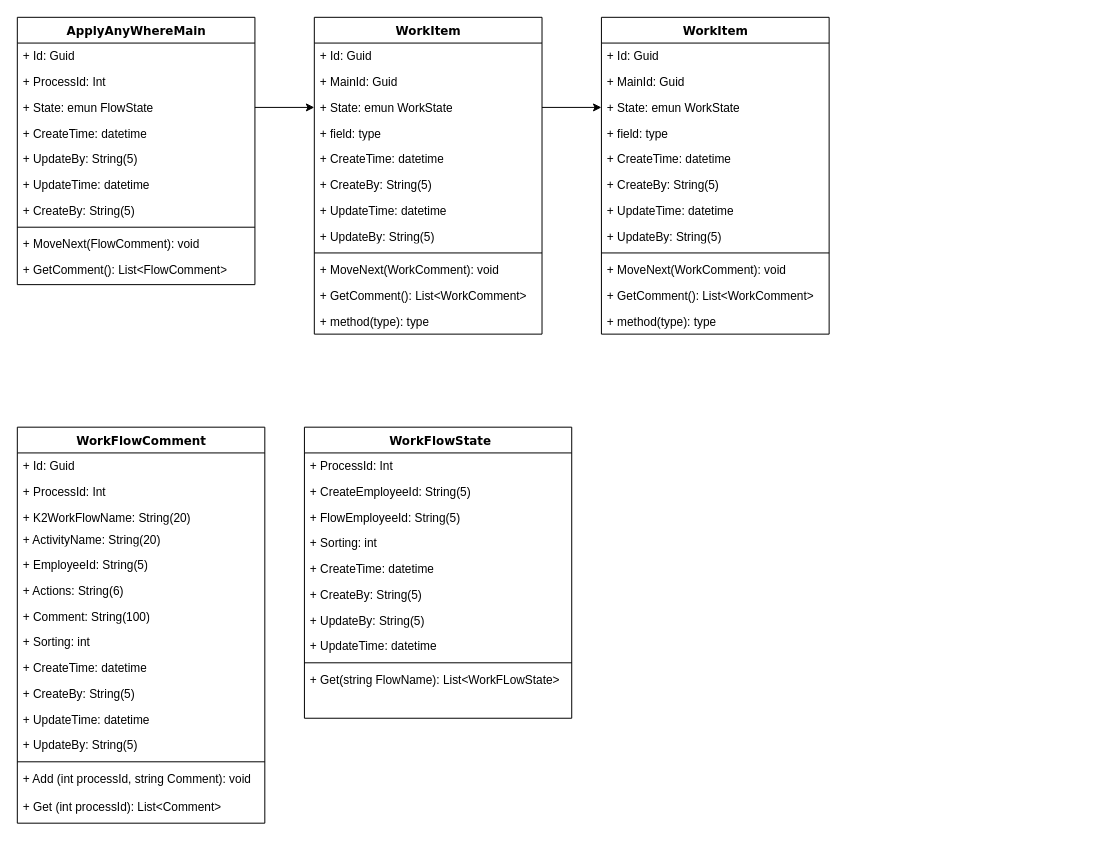
chadyeh-yc/ApplyAnywhere keeps this draw.io diagram as ApplyAnywhereUml.drawio. Above is the earlier version. Source tidied: cells renumbered, new cells numbered last; positions are measured from the earlier drawing's top-left corner, leaving out a move shared by most shapes. Both pictures are drawn from the tidied source at 99%, with x=0, y=0 at pixel (17, 17).
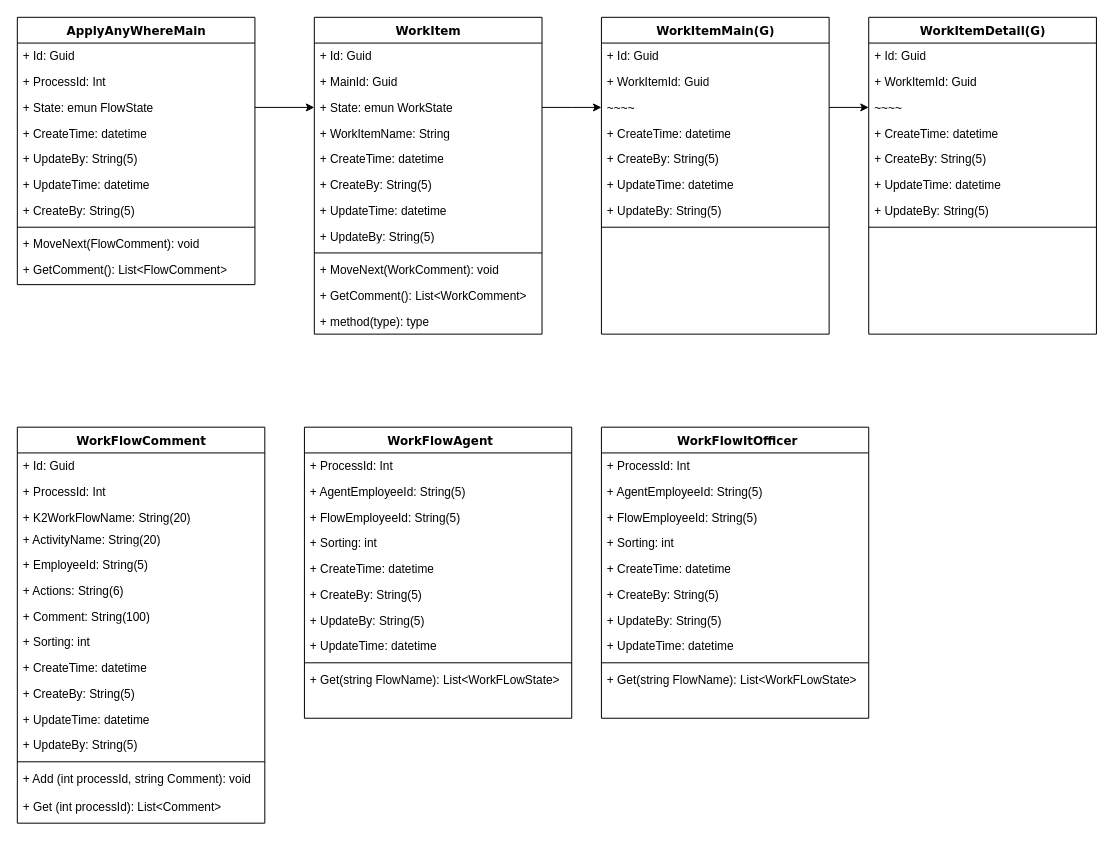
The same diagram, later.

Unchanged cells that the change refers to:
```xml
<mxCell id="43" value="+ State:&amp;nbsp;emun WorkState" style="text;html=1;strokeColor=none;fillColor=none;align=left;verticalAlign=top;spacingLeft=4;spacingRight=4;whiteSpace=wrap;overflow=hidden;points=[[0,0.5],[1,0.5]];portConstraint=eastwest;" parent="40" vertex="1">
  <mxGeometry y="78" width="230" height="26" as="geometry" />
</mxCell>
```

Change to the diagram source:
```diff
@@
-    <mxCell id="18" value="&amp;nbsp;WorkFlowState" style="swimlane;html=1;fontStyle=1;align=center;verticalAlign=top;horizontal=1;startSize=26;swimlaneFillColor=#ffffff;rounded=0;shadow=0;comic=0;labelBackgroundColor=none;strokeWidth=1;fillColor=none;fontFamily=Verdana;fontSize=12;" parent="1" vertex="1">
+    <mxCell id="18" value="&amp;nbsp;WorkFlowAgent" style="swimlane;html=1;fontStyle=1;align=center;verticalAlign=top;horizontal=1;startSize=26;swimlaneFillColor=#ffffff;rounded=0;shadow=0;comic=0;labelBackgroundColor=none;strokeWidth=1;fillColor=none;fontFamily=Verdana;fontSize=12;" parent="1" vertex="1">
       <mxGeometry x="290" y="414" width="270" height="294" as="geometry" />
     </mxCell>
@@
-    <mxCell id="20" value="+ CreateEmployeeId: String(5)" style="text;html=1;strokeColor=none;fillColor=none;align=left;verticalAlign=top;spacingLeft=4;spacingRight=4;whiteSpace=wrap;overflow=hidden;" parent="18" vertex="1">
+    <mxCell id="20" value="+ AgentEmployeeId: String(5)" style="text;html=1;strokeColor=none;fillColor=none;align=left;verticalAlign=top;spacingLeft=4;spacingRight=4;whiteSpace=wrap;overflow=hidden;" parent="18" vertex="1">
       <mxGeometry y="52" width="270" height="26" as="geometry" />
     </mxCell>
@@
-    <mxCell id="40" value="WorkItem" style="swimlane;html=1;fontStyle=1;align=center;verticalAlign=top;horizontal=1;startSize=26;swimlaneFillColor=#ffffff;rounded=0;shadow=0;comic=0;labelBackgroundColor=none;strokeWidth=1;fillColor=none;fontFamily=Verdana;fontSize=12;" parent="1" vertex="1">
+    <mxCell id="40" value="WorkItem&lt;br&gt;" style="swimlane;html=1;fontStyle=1;align=center;verticalAlign=top;horizontal=1;startSize=26;swimlaneFillColor=#ffffff;rounded=0;shadow=0;comic=0;labelBackgroundColor=none;strokeWidth=1;fillColor=none;fontFamily=Verdana;fontSize=12;" parent="1" vertex="1">
       <mxGeometry x="300" width="230" height="320" as="geometry" />
     </mxCell>
@@
-    <mxCell id="44" value="+ field: type" style="text;html=1;strokeColor=none;fillColor=none;align=left;verticalAlign=top;spacingLeft=4;spacingRight=4;whiteSpace=wrap;overflow=hidden;" parent="40" vertex="1">
+    <mxCell id="44" value="+ WorkItemName: String" style="text;html=1;strokeColor=none;fillColor=none;align=left;verticalAlign=top;spacingLeft=4;spacingRight=4;whiteSpace=wrap;overflow=hidden;" parent="40" vertex="1">
       <mxGeometry y="104" width="230" height="26" as="geometry" />
     </mxCell>
@@
-    <mxCell id="53" value="WorkItem" style="swimlane;html=1;fontStyle=1;align=center;verticalAlign=top;horizontal=1;startSize=26;swimlaneFillColor=#ffffff;rounded=0;shadow=0;comic=0;labelBackgroundColor=none;strokeWidth=1;fillColor=none;fontFamily=Verdana;fontSize=12;" parent="1" vertex="1">
+    <mxCell id="53" value="WorkItemMain(G)" style="swimlane;html=1;fontStyle=1;align=center;verticalAlign=top;horizontal=1;startSize=26;swimlaneFillColor=#ffffff;rounded=0;shadow=0;comic=0;labelBackgroundColor=none;strokeWidth=1;fillColor=none;fontFamily=Verdana;fontSize=12;" parent="1" vertex="1">
       <mxGeometry x="590" width="230" height="320" as="geometry" />
     </mxCell>
@@
-    <mxCell id="55" value="+ MainId: Guid" style="text;html=1;strokeColor=none;fillColor=none;align=left;verticalAlign=top;spacingLeft=4;spacingRight=4;whiteSpace=wrap;overflow=hidden;" parent="53" vertex="1">
+    <mxCell id="55" value="+ WorkItemId: Guid&lt;br&gt;" style="text;html=1;strokeColor=none;fillColor=none;align=left;verticalAlign=top;spacingLeft=4;spacingRight=4;whiteSpace=wrap;overflow=hidden;" parent="53" vertex="1">
       <mxGeometry y="52" width="230" height="26" as="geometry" />
     </mxCell>
-    <mxCell id="56" value="+ State:&amp;nbsp;emun WorkState" style="text;html=1;strokeColor=none;fillColor=none;align=left;verticalAlign=top;spacingLeft=4;spacingRight=4;whiteSpace=wrap;overflow=hidden;points=[[0,0.5],[1,0.5]];portConstraint=eastwest;" parent="53" vertex="1">
-      <mxGeometry y="78" width="230" height="26" as="geometry" />
-    </mxCell>
-    <mxCell id="57" value="+ field: type" style="text;html=1;strokeColor=none;fillColor=none;align=left;verticalAlign=top;spacingLeft=4;spacingRight=4;whiteSpace=wrap;overflow=hidden;points=[[0,0.5],[1,0.5]];portConstraint=eastwest;" parent="53" vertex="1">
-      <mxGeometry y="104" width="230" height="26" as="geometry" />
+    <mxCell id="57" value="~~~~" style="text;html=1;strokeColor=none;fillColor=none;align=left;verticalAlign=top;spacingLeft=4;spacingRight=4;whiteSpace=wrap;overflow=hidden;points=[[0,0.5],[1,0.5]];portConstraint=eastwest;" parent="53" vertex="1">
+      <mxGeometry y="78" width="230" height="26" as="geometry" />
     </mxCell>
     <mxCell id="58" value="+ CreateTime:&amp;nbsp;datetime" style="text;html=1;strokeColor=none;fillColor=none;align=left;verticalAlign=top;spacingLeft=4;spacingRight=4;whiteSpace=wrap;overflow=hidden;" parent="53" vertex="1">
-      <mxGeometry y="130" width="230" height="26" as="geometry" />
+      <mxGeometry y="104" width="230" height="26" as="geometry" />
     </mxCell>
     <mxCell id="59" value="+ CreateBy: String(5)" style="text;html=1;strokeColor=none;fillColor=none;align=left;verticalAlign=top;spacingLeft=4;spacingRight=4;whiteSpace=wrap;overflow=hidden;" parent="53" vertex="1">
-      <mxGeometry y="156" width="230" height="26" as="geometry" />
+      <mxGeometry y="130" width="230" height="26" as="geometry" />
     </mxCell>
     <mxCell id="60" value="+ UpdateTime:&amp;nbsp;datetime" style="text;html=1;strokeColor=none;fillColor=none;align=left;verticalAlign=top;spacingLeft=4;spacingRight=4;whiteSpace=wrap;overflow=hidden;" parent="53" vertex="1">
-      <mxGeometry y="182" width="230" height="26" as="geometry" />
+      <mxGeometry y="156" width="230" height="26" as="geometry" />
     </mxCell>
     <mxCell id="61" value="+ UpdateBy: String(5)" style="text;html=1;strokeColor=none;fillColor=none;align=left;verticalAlign=top;spacingLeft=4;spacingRight=4;whiteSpace=wrap;overflow=hidden;" parent="53" vertex="1">
-      <mxGeometry y="208" width="230" height="26" as="geometry" />
+      <mxGeometry y="182" width="230" height="26" as="geometry" />
     </mxCell>
     <mxCell id="62" style="line;html=1;strokeWidth=1;fillColor=none;align=left;verticalAlign=middle;spacingTop=-1;spacingLeft=3;spacingRight=3;labelPosition=right;" parent="53" vertex="1">
-      <mxGeometry y="234" width="230" height="8" as="geometry" />
+      <mxGeometry y="208" width="230" height="8" as="geometry" />
     </mxCell>
-    <mxCell id="63" value="+ MoveNext(WorkComment): void" style="text;html=1;strokeColor=none;fillColor=none;align=left;verticalAlign=top;spacingLeft=4;spacingRight=4;whiteSpace=wrap;overflow=hidden;" parent="53" vertex="1">
-      <mxGeometry y="242" width="230" height="26" as="geometry" />
-    </mxCell>
-    <mxCell id="64" value="+ GetComment(): List&amp;lt;WorkComment&amp;gt;" style="text;html=1;strokeColor=none;fillColor=none;align=left;verticalAlign=top;spacingLeft=4;spacingRight=4;whiteSpace=wrap;overflow=hidden;" parent="53" vertex="1">
-      <mxGeometry y="268" width="230" height="26" as="geometry" />
-    </mxCell>
-    <mxCell id="65" value="+ method(type): type" style="text;html=1;strokeColor=none;fillColor=none;align=left;verticalAlign=top;spacingLeft=4;spacingRight=4;whiteSpace=wrap;overflow=hidden;" parent="53" vertex="1">
-      <mxGeometry y="294" width="230" height="26" as="geometry" />
-    </mxCell>
@@
-    <mxCell id="67" style="edgeStyle=orthogonalEdgeStyle;rounded=0;jettySize=auto;html=1;exitX=1;exitY=0.5;exitDx=0;exitDy=0;entryX=0;entryY=0.5;entryDx=0;entryDy=0;" parent="1" edge="1" source="43" target="56">
-      <mxGeometry relative="1" as="geometry" />
+    <mxCell id="67" style="edgeStyle=orthogonalEdgeStyle;rounded=0;jettySize=auto;html=1;exitX=1;exitY=0.5;exitDx=0;exitDy=0;entryX=0;entryY=0.5;entryDx=0;entryDy=0;" parent="1" edge="1" source="43">
+      <mxGeometry relative="1" as="geometry">
+        <mxPoint x="590" y="91" as="targetPoint" />
+      </mxGeometry>
     </mxCell>
+    <mxCell id="68" value="&amp;nbsp;WorkFlowItOfficer" style="swimlane;html=1;fontStyle=1;align=center;verticalAlign=top;horizontal=1;startSize=26;swimlaneFillColor=#ffffff;rounded=0;shadow=0;comic=0;labelBackgroundColor=none;strokeWidth=1;fillColor=none;fontFamily=Verdana;fontSize=12;" parent="1" vertex="1">
+      <mxGeometry x="590" y="414" width="270" height="294" as="geometry" />
+    </mxCell>
+    <mxCell id="69" value="+ ProcessId: Int" style="text;html=1;strokeColor=none;fillColor=none;align=left;verticalAlign=top;spacingLeft=4;spacingRight=4;whiteSpace=wrap;overflow=hidden;" parent="68" vertex="1">
+      <mxGeometry y="26" width="270" height="26" as="geometry" />
+    </mxCell>
+    <mxCell id="70" value="+ AgentEmployeeId: String(5)" style="text;html=1;strokeColor=none;fillColor=none;align=left;verticalAlign=top;spacingLeft=4;spacingRight=4;whiteSpace=wrap;overflow=hidden;" parent="68" vertex="1">
+      <mxGeometry y="52" width="270" height="26" as="geometry" />
+    </mxCell>
+    <mxCell id="71" value="+ FlowEmployeeId: String(5)" style="text;html=1;strokeColor=none;fillColor=none;align=left;verticalAlign=top;spacingLeft=4;spacingRight=4;whiteSpace=wrap;overflow=hidden;" parent="68" vertex="1">
+      <mxGeometry y="78" width="270" height="26" as="geometry" />
+    </mxCell>
+    <mxCell id="72" value="+ Sorting: int" style="text;html=1;strokeColor=none;fillColor=none;align=left;verticalAlign=top;spacingLeft=4;spacingRight=4;whiteSpace=wrap;overflow=hidden;" parent="68" vertex="1">
+      <mxGeometry y="104" width="270" height="26" as="geometry" />
+    </mxCell>
+    <mxCell id="73" value="+ CreateTime:&amp;nbsp;datetime" style="text;html=1;strokeColor=none;fillColor=none;align=left;verticalAlign=top;spacingLeft=4;spacingRight=4;whiteSpace=wrap;overflow=hidden;" parent="68" vertex="1">
+      <mxGeometry y="130" width="270" height="26" as="geometry" />
+    </mxCell>
+    <mxCell id="74" value="+ CreateBy: String(5)" style="text;html=1;strokeColor=none;fillColor=none;align=left;verticalAlign=top;spacingLeft=4;spacingRight=4;whiteSpace=wrap;overflow=hidden;" parent="68" vertex="1">
+      <mxGeometry y="156" width="270" height="26" as="geometry" />
+    </mxCell>
+    <mxCell id="75" value="+ UpdateBy: String(5)" style="text;html=1;strokeColor=none;fillColor=none;align=left;verticalAlign=top;spacingLeft=4;spacingRight=4;whiteSpace=wrap;overflow=hidden;" parent="68" vertex="1">
+      <mxGeometry y="182" width="270" height="26" as="geometry" />
+    </mxCell>
+    <mxCell id="76" value="+ UpdateTime:&amp;nbsp;datetime" style="text;html=1;strokeColor=none;fillColor=none;align=left;verticalAlign=top;spacingLeft=4;spacingRight=4;whiteSpace=wrap;overflow=hidden;" parent="68" vertex="1">
+      <mxGeometry y="208" width="270" height="26" as="geometry" />
+    </mxCell>
+    <mxCell id="77" style="line;html=1;strokeWidth=1;fillColor=none;align=left;verticalAlign=middle;spacingTop=-1;spacingLeft=3;spacingRight=3;labelPosition=right;" parent="68" vertex="1">
+      <mxGeometry y="234" width="270" height="8" as="geometry" />
+    </mxCell>
+    <mxCell id="78" value="+ Get(string FlowName): List&amp;lt;WorkFLowState&amp;gt;" style="text;html=1;strokeColor=none;fillColor=none;align=left;verticalAlign=top;spacingLeft=4;spacingRight=4;whiteSpace=wrap;overflow=hidden;" parent="68" vertex="1">
+      <mxGeometry y="242" width="270" height="26" as="geometry" />
+    </mxCell>
+    <mxCell id="79" value="WorkItemDetail(G)" style="swimlane;html=1;fontStyle=1;align=center;verticalAlign=top;horizontal=1;startSize=26;swimlaneFillColor=#ffffff;rounded=0;shadow=0;comic=0;labelBackgroundColor=none;strokeWidth=1;fillColor=none;fontFamily=Verdana;fontSize=12;" parent="1" vertex="1">
+      <mxGeometry x="860" width="230" height="320" as="geometry" />
+    </mxCell>
+    <mxCell id="80" value="+ Id: Guid" style="text;html=1;strokeColor=none;fillColor=none;align=left;verticalAlign=top;spacingLeft=4;spacingRight=4;whiteSpace=wrap;overflow=hidden;" parent="79" vertex="1">
+      <mxGeometry y="26" width="230" height="26" as="geometry" />
+    </mxCell>
+    <mxCell id="81" value="+ WorkItemId: Guid&lt;br&gt;" style="text;html=1;strokeColor=none;fillColor=none;align=left;verticalAlign=top;spacingLeft=4;spacingRight=4;whiteSpace=wrap;overflow=hidden;" parent="79" vertex="1">
+      <mxGeometry y="52" width="230" height="26" as="geometry" />
+    </mxCell>
+    <mxCell id="82" value="~~~~&lt;br&gt;" style="text;html=1;strokeColor=none;fillColor=none;align=left;verticalAlign=top;spacingLeft=4;spacingRight=4;whiteSpace=wrap;overflow=hidden;points=[[0,0.5],[1,0.5]];portConstraint=eastwest;" parent="79" vertex="1">
+      <mxGeometry y="78" width="230" height="26" as="geometry" />
+    </mxCell>
+    <mxCell id="83" value="+ CreateTime:&amp;nbsp;datetime" style="text;html=1;strokeColor=none;fillColor=none;align=left;verticalAlign=top;spacingLeft=4;spacingRight=4;whiteSpace=wrap;overflow=hidden;" parent="79" vertex="1">
+      <mxGeometry y="104" width="230" height="26" as="geometry" />
+    </mxCell>
+    <mxCell id="84" value="+ CreateBy: String(5)" style="text;html=1;strokeColor=none;fillColor=none;align=left;verticalAlign=top;spacingLeft=4;spacingRight=4;whiteSpace=wrap;overflow=hidden;" parent="79" vertex="1">
+      <mxGeometry y="130" width="230" height="26" as="geometry" />
+    </mxCell>
+    <mxCell id="85" value="+ UpdateTime:&amp;nbsp;datetime" style="text;html=1;strokeColor=none;fillColor=none;align=left;verticalAlign=top;spacingLeft=4;spacingRight=4;whiteSpace=wrap;overflow=hidden;" parent="79" vertex="1">
+      <mxGeometry y="156" width="230" height="26" as="geometry" />
+    </mxCell>
+    <mxCell id="86" value="+ UpdateBy: String(5)" style="text;html=1;strokeColor=none;fillColor=none;align=left;verticalAlign=top;spacingLeft=4;spacingRight=4;whiteSpace=wrap;overflow=hidden;" parent="79" vertex="1">
+      <mxGeometry y="182" width="230" height="26" as="geometry" />
+    </mxCell>
+    <mxCell id="87" style="line;html=1;strokeWidth=1;fillColor=none;align=left;verticalAlign=middle;spacingTop=-1;spacingLeft=3;spacingRight=3;labelPosition=right;" parent="79" vertex="1">
+      <mxGeometry y="208" width="230" height="8" as="geometry" />
+    </mxCell>
+    <mxCell id="88" style="edgeStyle=orthogonalEdgeStyle;rounded=0;jettySize=auto;html=1;exitX=1;exitY=0.5;exitDx=0;exitDy=0;" parent="1" edge="1" source="57" target="82">
+      <mxGeometry relative="1" as="geometry" />
+    </mxCell>
```
